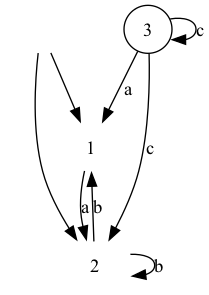
This is images/nfa_3.gv.png from gg9192/TOC_project, a Graphviz export, as it was before one commit. Its source is kept beside it as images/nfa_3.gv. Its diagram source:
```dot
digraph nfa {
	Start [label="" shape=none]
	1 [label=1 shape=plaintext]
	2 [label=2 shape=plaintext]
	3 [label=3 shape=circle]
	Start -> 1
	Start -> 2
	3 -> 1 [label=a]
	3 -> 2 [label=c]
	3 -> 3 [label=c]
	1 -> 2 [label=a]
	2 -> 1 [label=b]
	2 -> 2 [label=b]
}
```
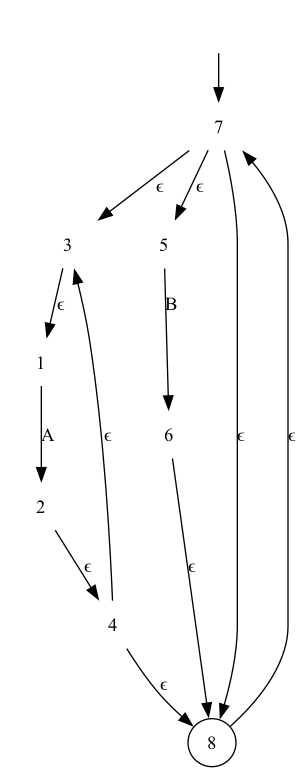
The same diagram one commit later.

Change to the diagram source:
```diff
@@ -2,13 +2,22 @@
 	Start [label="" shape=none]
 	1 [label=1 shape=plaintext]
 	2 [label=2 shape=plaintext]
-	3 [label=3 shape=circle]
-	Start -> 1
-	Start -> 2
-	3 -> 1 [label=a]
-	3 -> 2 [label=c]
-	3 -> 3 [label=c]
-	1 -> 2 [label=a]
-	2 -> 1 [label=b]
-	2 -> 2 [label=b]
+	3 [label=3 shape=plaintext]
+	4 [label=4 shape=plaintext]
+	5 [label=5 shape=plaintext]
+	6 [label=6 shape=plaintext]
+	7 [label=7 shape=plaintext]
+	8 [label=8 shape=circle]
+	Start -> 7
+	7 -> 8 [label="ϵ"]
+	7 -> 3 [label="ϵ"]
+	7 -> 5 [label="ϵ"]
+	3 -> 1 [label="ϵ"]
+	1 -> 2 [label=A]
+	2 -> 4 [label="ϵ"]
+	4 -> 8 [label="ϵ"]
+	4 -> 3 [label="ϵ"]
+	5 -> 6 [label=B]
+	6 -> 8 [label="ϵ"]
+	8 -> 7 [label="ϵ"]
 }
```
